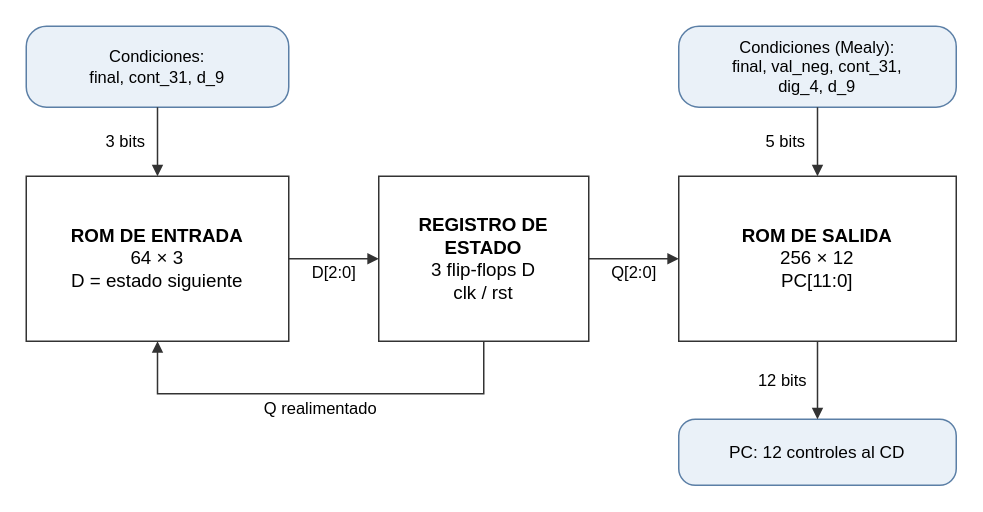
juanfedelgadoa-lgtm/taller-5-microprocesadores keeps this draw.io diagram as informe/figuras/uc_visualizador.drawio. Above is the earlier version. Source tidied: cells renumbered, new cells numbered last; positions are measured from the earlier drawing's top-left corner, leaving out a move shared by most shapes. Both pictures are drawn from the tidied source at 150%, with x=0, y=0 at pixel (26, 26).
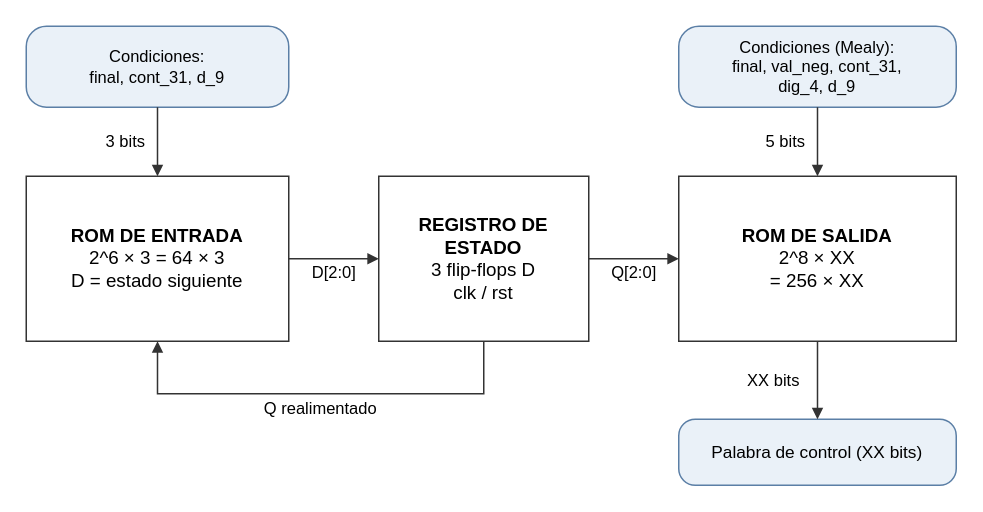
The same page after the edit.

What changed in the source:
```diff
@@
 <mxGraphModel>
   <root>
     <mxCell id="0" />
     <mxCell id="1" parent="0" />
-    <mxCell id="2" value="&lt;b&gt;ROM DE ENTRADA&lt;/b&gt;&lt;br&gt;64 × 3&lt;br&gt;D = estado siguiente" style="fontFamily=Helvetica;rounded=0;whiteSpace=wrap;html=1;fillColor=#FFFFFF;strokeColor=#333333;fontSize=12;fontSize=12.5;" parent="1" vertex="1">
+    <mxCell id="2" value="&lt;b&gt;ROM DE ENTRADA&lt;/b&gt;&lt;br&gt;2^6 × 3 = 64 × 3&lt;br&gt;D = estado siguiente" style="fontFamily=Helvetica;rounded=0;whiteSpace=wrap;html=1;fillColor=#FFFFFF;strokeColor=#333333;fontSize=12;fontSize=12.5;" parent="1" vertex="1">
       <mxGeometry y="100" width="175" height="110" as="geometry" />
     </mxCell>
     <mxCell id="3" value="&lt;b&gt;REGISTRO DE&lt;br&gt;ESTADO&lt;/b&gt;&lt;br&gt;3 flip-flops D&lt;br&gt;clk / rst" style="fontFamily=Helvetica;rounded=0;whiteSpace=wrap;html=1;fillColor=#FFFFFF;strokeColor=#333333;fontSize=12;fontSize=12.5;" parent="1" vertex="1">
       <mxGeometry x="235" y="100" width="140" height="110" as="geometry" />
     </mxCell>
-    <mxCell id="4" value="&lt;b&gt;ROM DE SALIDA&lt;/b&gt;&lt;br&gt;256 × 12&lt;br&gt;PC[11:0]" style="fontFamily=Helvetica;rounded=0;whiteSpace=wrap;html=1;fillColor=#FFFFFF;strokeColor=#333333;fontSize=12;fontSize=12.5;" parent="1" vertex="1">
+    <mxCell id="4" value="&lt;b&gt;ROM DE SALIDA&lt;/b&gt;&lt;br&gt;2^8 × XX&lt;br&gt;= 256 × XX" style="fontFamily=Helvetica;rounded=0;whiteSpace=wrap;html=1;fillColor=#FFFFFF;strokeColor=#333333;fontSize=12;fontSize=12.5;" parent="1" vertex="1">
       <mxGeometry x="435" y="100" width="185" height="110" as="geometry" />
     </mxCell>
     <mxCell id="5" value="Condiciones:&lt;br&gt;final, cont_31, d_9" style="fontFamily=Helvetica;rounded=1;arcSize=25;whiteSpace=wrap;html=1;fillColor=#EAF1F8;strokeColor=#5B7FA6;fontSize=10.5;fontSize=11;" parent="1" vertex="1">
       <mxGeometry width="175" height="54" as="geometry" />
     </mxCell>
     <mxCell id="6" value="Condiciones (Mealy):&lt;br&gt;final, val_neg, cont_31,&lt;br&gt;dig_4, d_9" style="fontFamily=Helvetica;rounded=1;arcSize=25;whiteSpace=wrap;html=1;fillColor=#EAF1F8;strokeColor=#5B7FA6;fontSize=10.5;fontSize=11;" parent="1" vertex="1">
       <mxGeometry x="435" width="185" height="54" as="geometry" />
     </mxCell>
-    <mxCell id="7" value="PC: 12 controles al CD" style="fontFamily=Helvetica;rounded=1;arcSize=25;whiteSpace=wrap;html=1;fillColor=#EAF1F8;strokeColor=#5B7FA6;fontSize=10.5;fontSize=11.5;" parent="1" vertex="1">
+    <mxCell id="7" value="Palabra de control (XX bits)" style="fontFamily=Helvetica;rounded=1;arcSize=25;whiteSpace=wrap;html=1;fillColor=#EAF1F8;strokeColor=#5B7FA6;fontSize=10.5;fontSize=11.5;" parent="1" vertex="1">
       <mxGeometry x="435" y="262" width="185" height="44" as="geometry" />
     </mxCell>
     <mxCell id="8" value="3 bits" style="edgeStyle=orthogonalEdgeStyle;rounded=0;html=1;endArrow=block;endFill=1;endSize=5;strokeColor=#333333;fontSize=9;fontFamily=Helvetica;labelBackgroundColor=#FFFFFF;fontSize=11;exitX=0.5;exitY=1;exitDx=0;exitDy=0;entryX=0.5;entryY=0;entryDx=0;entryDy=0;" parent="1" edge="1" source="5" target="2">
       <mxGeometry y="-22" relative="1" as="geometry" />
     </mxCell>
     <mxCell id="9" value="5 bits" style="edgeStyle=orthogonalEdgeStyle;rounded=0;html=1;endArrow=block;endFill=1;endSize=5;strokeColor=#333333;fontSize=9;fontFamily=Helvetica;labelBackgroundColor=#FFFFFF;fontSize=11;exitX=0.5;exitY=1;exitDx=0;exitDy=0;entryX=0.5;entryY=0;entryDx=0;entryDy=0;" parent="1" edge="1" source="6" target="4">
       <mxGeometry y="-22" relative="1" as="geometry" />
     </mxCell>
     <mxCell id="10" value="D[2:0]" style="edgeStyle=orthogonalEdgeStyle;rounded=0;html=1;endArrow=block;endFill=1;endSize=5;strokeColor=#333333;fontSize=9;fontFamily=Helvetica;labelBackgroundColor=#FFFFFF;fontSize=11;" parent="1" edge="1" source="2" target="3">
       <mxGeometry y="-9" relative="1" as="geometry" />
     </mxCell>
     <mxCell id="11" value="Q[2:0]" style="edgeStyle=orthogonalEdgeStyle;rounded=0;html=1;endArrow=block;endFill=1;endSize=5;strokeColor=#333333;fontSize=9;fontFamily=Helvetica;labelBackgroundColor=#FFFFFF;fontSize=11;" parent="1" edge="1" source="3" target="4">
       <mxGeometry y="-9" relative="1" as="geometry" />
     </mxCell>
     <mxCell id="12" value="Q realimentado" style="edgeStyle=orthogonalEdgeStyle;rounded=0;html=1;endArrow=block;endFill=1;endSize=5;strokeColor=#333333;fontSize=9;fontFamily=Helvetica;labelBackgroundColor=#FFFFFF;fontSize=11;exitX=0.5;exitY=1;exitDx=0;exitDy=0;entryX=0.5;entryY=1;entryDx=0;entryDy=0;" parent="1" edge="1" source="3" target="2">
       <mxGeometry y="10" relative="1" as="geometry">
         <Array as="points">
           <mxPoint x="305" y="245" />
           <mxPoint x="87.5" y="245" />
         </Array>
       </mxGeometry>
     </mxCell>
-    <mxCell id="13" value="12 bits" style="edgeStyle=orthogonalEdgeStyle;rounded=0;html=1;endArrow=block;endFill=1;endSize=5;strokeColor=#333333;fontSize=9;fontFamily=Helvetica;labelBackgroundColor=#FFFFFF;fontSize=11;exitX=0.5;exitY=1;exitDx=0;exitDy=0;entryX=0.5;entryY=0;entryDx=0;entryDy=0;" parent="1" edge="1" source="4" target="7">
-      <mxGeometry y="-24" relative="1" as="geometry" />
+    <mxCell id="13" value="XX bits" style="edgeStyle=orthogonalEdgeStyle;rounded=0;html=1;endArrow=block;endFill=1;endSize=5;strokeColor=#333333;fontSize=9;fontFamily=Helvetica;labelBackgroundColor=#FFFFFF;fontSize=11;exitX=0.5;exitY=1;exitDx=0;exitDy=0;entryX=0.5;entryY=0;entryDx=0;entryDy=0;" parent="1" edge="1" source="4" target="7">
+      <mxGeometry y="-30" relative="1" as="geometry" />
     </mxCell>
   </root>
 </mxGraphModel>
```
